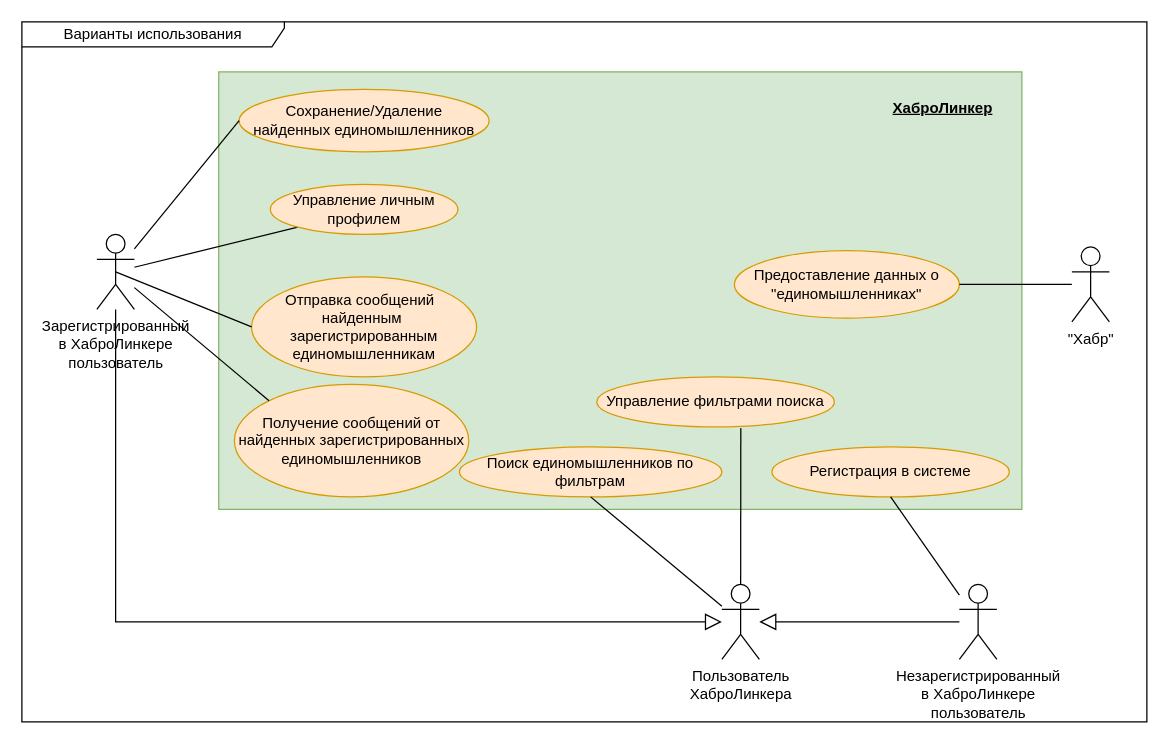
AS2/habrolink keeps this draw.io diagram as docs/raw_diagrams/use_case.drawio. Above is the earlier version. Source tidied: cells renumbered, new cells numbered last; positions are measured from the earlier drawing's top-left corner, leaving out a move shared by most shapes. Both pictures are drawn from the tidied source at 125%, with x=0, y=0 at pixel (21, 21).
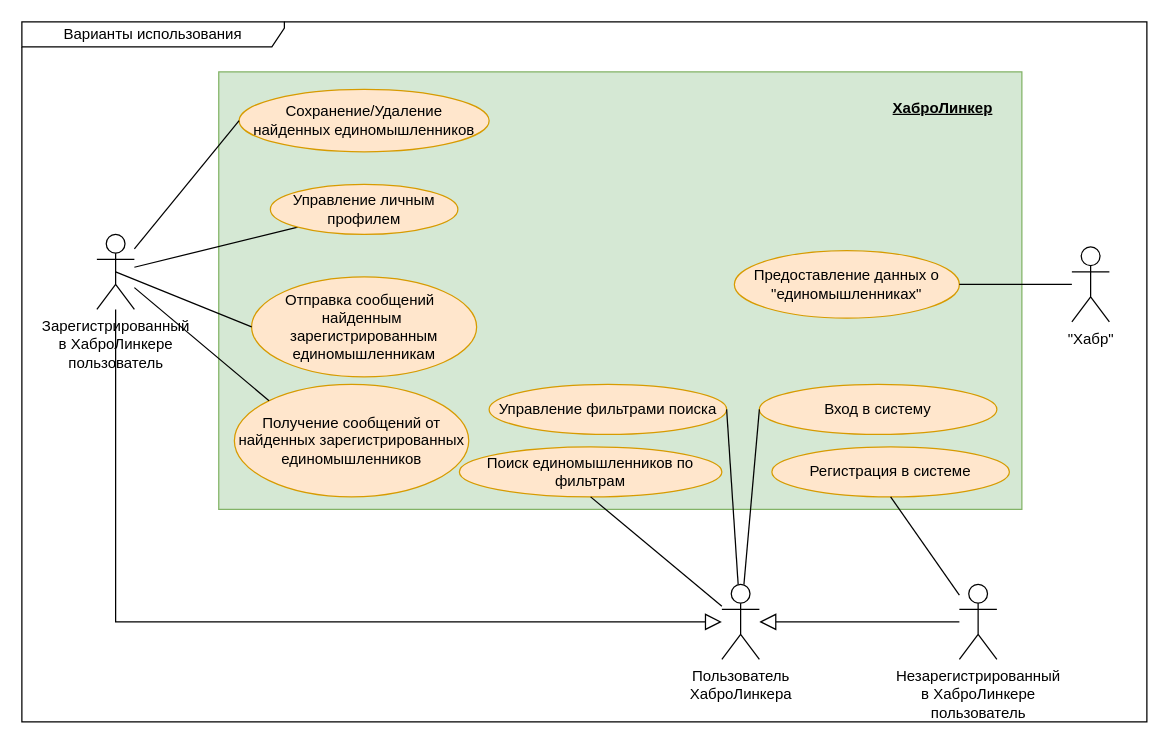
After the change.

Unchanged cells that the change refers to:
```xml
<mxCell id="18" value="Пользователь&lt;br style=&quot;border-color: var(--border-color);&quot;&gt;ХаброЛинкера" style="shape=umlActor;verticalLabelPosition=bottom;verticalAlign=top;html=1;outlineConnect=0;" parent="1" vertex="1">
  <mxGeometry x="560" y="450" width="30" height="60" as="geometry" />
</mxCell>
```

Change to the diagram source:
```diff
@@
     <mxCell id="12" value="Управление фильтрами поиска" style="ellipse;whiteSpace=wrap;html=1;fillColor=#ffe6cc;strokeColor=#d79b00;" parent="1" vertex="1">
-      <mxGeometry x="460" y="284" width="190" height="40" as="geometry" />
+      <mxGeometry x="373.8" y="290" width="190" height="40" as="geometry" />
     </mxCell>
@@
-    <mxCell id="15" style="endArrow=none;html=1;rounded=0;entryX=0.606;entryY=1.025;entryDx=0;entryDy=0;entryPerimeter=0;" parent="1" edge="1" source="18" target="12">
+    <mxCell id="15" style="endArrow=none;html=1;rounded=0;entryX=1;entryY=0.5;entryDx=0;entryDy=0;" parent="1" edge="1" source="18" target="12">
       <mxGeometry relative="1" as="geometry" />
     </mxCell>
@@
+    <mxCell id="27" value="Вход в систему" style="ellipse;whiteSpace=wrap;html=1;fillColor=#ffe6cc;strokeColor=#d79b00;" parent="1" vertex="1">
+      <mxGeometry x="590" y="290" width="190" height="40" as="geometry" />
+    </mxCell>
+    <mxCell id="28" style="endArrow=none;html=1;rounded=0;entryX=0;entryY=0.5;entryDx=0;entryDy=0;" parent="1" edge="1" source="18" target="27">
+      <mxGeometry relative="1" as="geometry" />
+    </mxCell>
```
